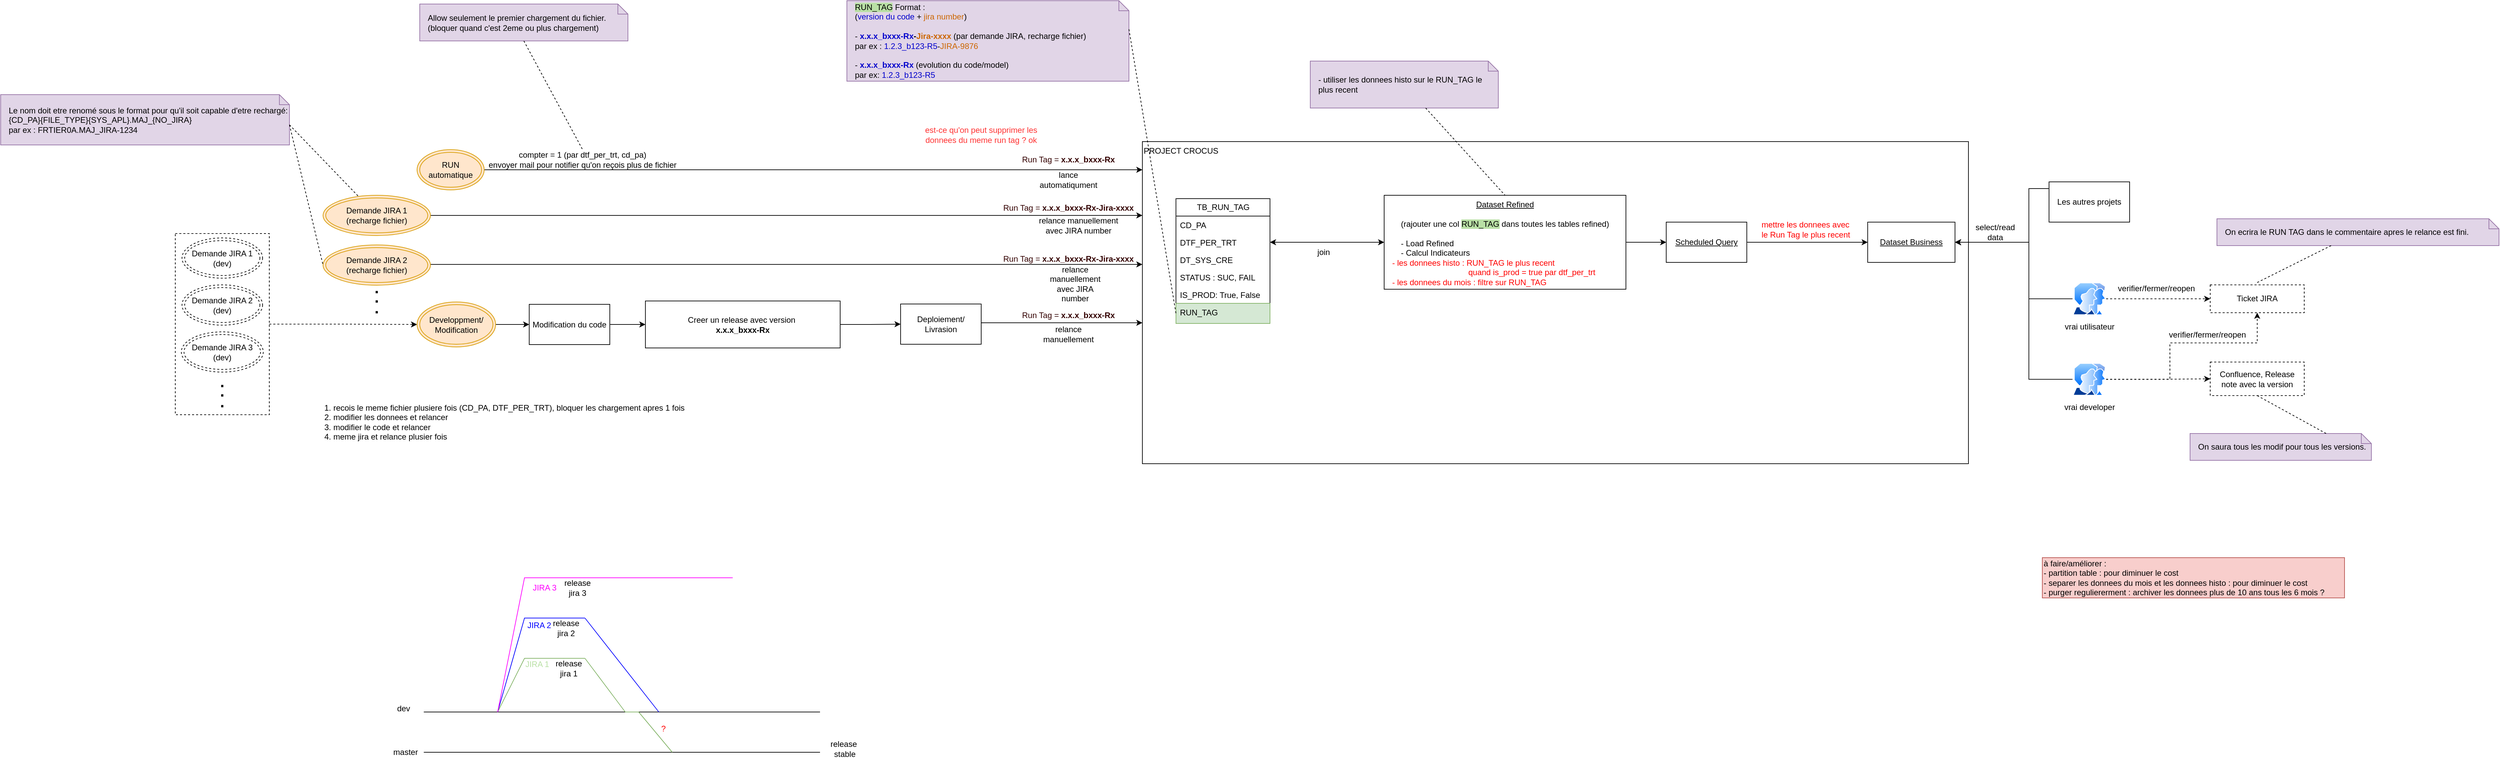
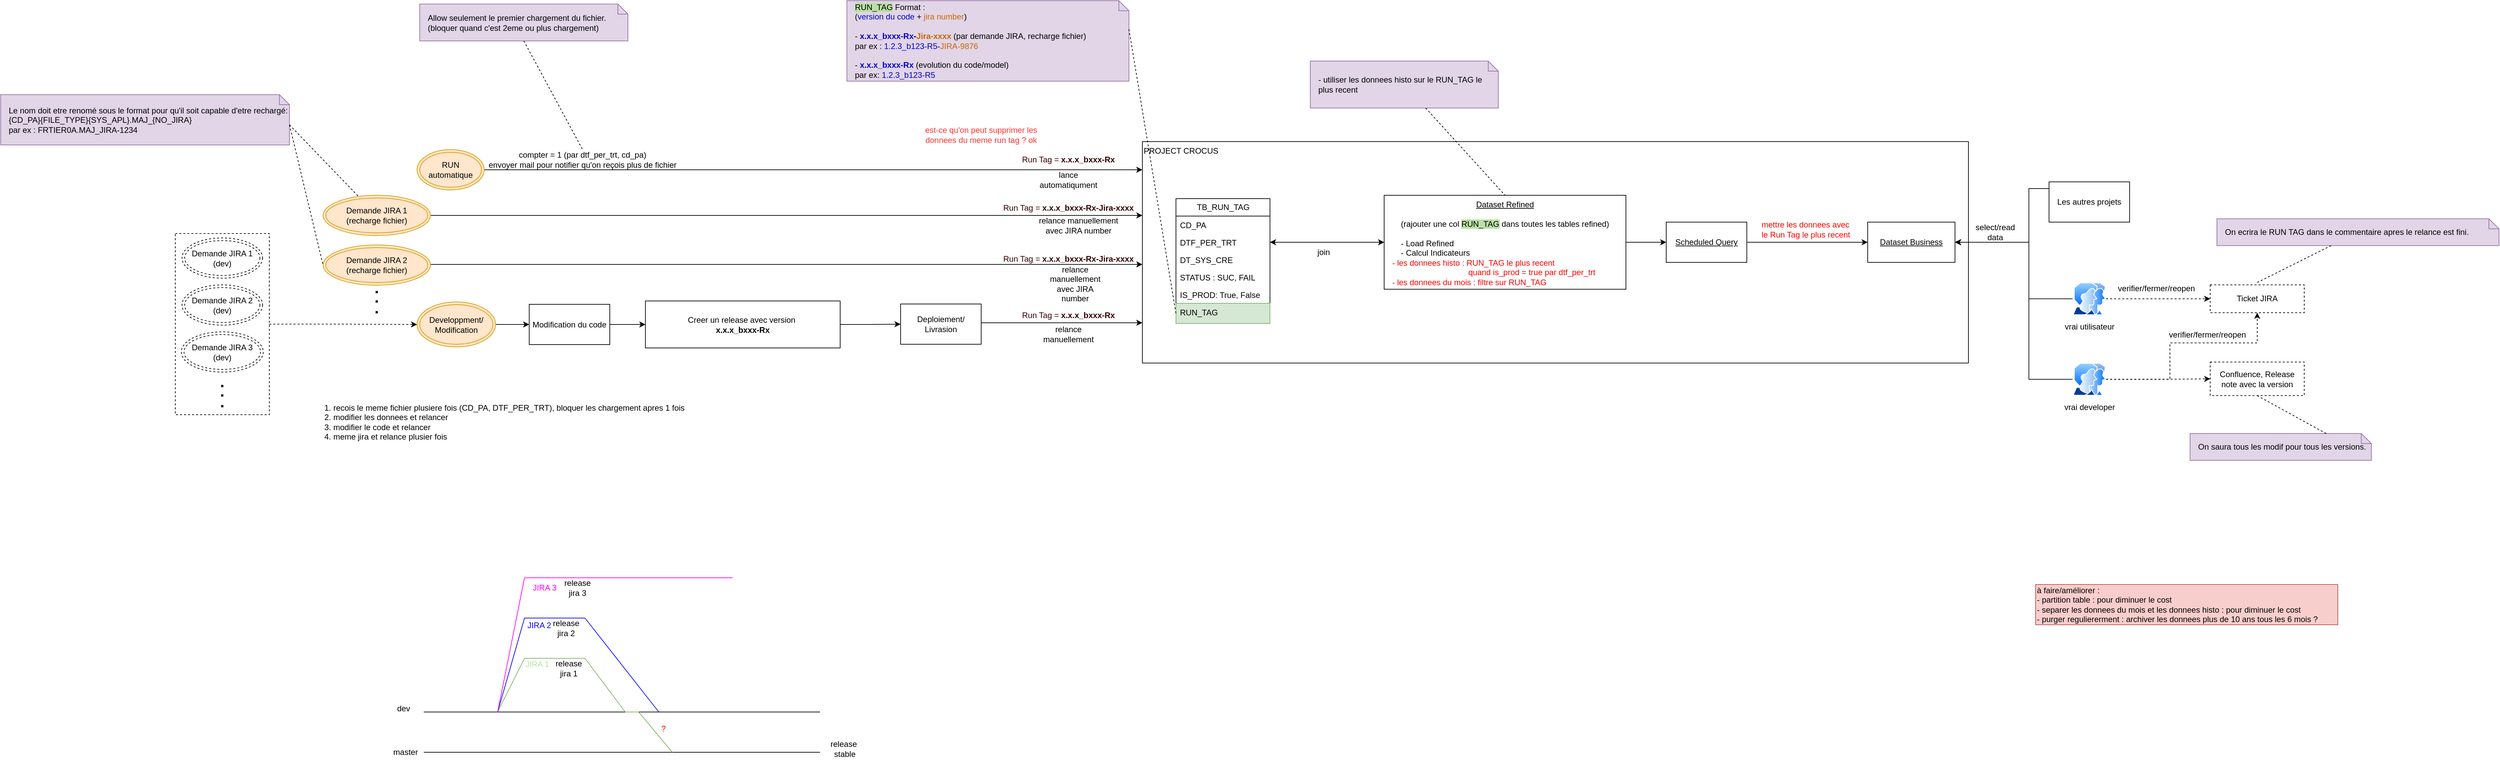
<mxfile host="app.diagrams.net">
  <diagram name="Page-1" id="bEAYSmEDHXBXhFzCy1HB">
    <mxGraphModel dx="3279" dy="1847" grid="1" gridSize="10" guides="1" tooltips="1" connect="1" arrows="1" fold="1" page="1" pageScale="1" pageWidth="827" pageHeight="1169" math="0" shadow="0">
      <root>
        <mxCell id="0" />
        <mxCell id="1" parent="0" />
        <mxCell id="cKu8MT6L8Fp_BZaxLZj7-22" edge="1" parent="1" source="cKu8MT6L8Fp_BZaxLZj7-16" style="edgeStyle=orthogonalEdgeStyle;rounded=0;orthogonalLoop=1;jettySize=auto;html=1;dashed=1;" target="QUzsFoNl6aFI_2ed8XXq-33">
          <mxGeometry relative="1" as="geometry">
            <Array as="points" />
            <mxPoint x="-937.4999999999995" y="382" as="sourcePoint" />
            <mxPoint x="-602.4999999999995" y="365" as="targetPoint" />
          </mxGeometry>
        </mxCell>
        <mxCell id="cKu8MT6L8Fp_BZaxLZj7-16" parent="1" style="rounded=0;whiteSpace=wrap;html=1;dashed=1;" value="" vertex="1">
          <mxGeometry height="270" width="140" x="-1070" y="247" as="geometry" />
        </mxCell>
        <mxCell id="QUzsFoNl6aFI_2ed8XXq-13" parent="1" style="rounded=0;whiteSpace=wrap;html=1;align=left;verticalAlign=top;" value="PROJECT CROCUS" vertex="1">
-           <mxGeometry height="480" width="1230" x="370" y="110" as="geometry" />
+           <mxGeometry height="330" width="1230" x="370" y="110" as="geometry" />
        </mxCell>
        <mxCell id="QUzsFoNl6aFI_2ed8XXq-1" parent="1" style="swimlane;fontStyle=0;childLayout=stackLayout;horizontal=1;startSize=26;fillColor=none;horizontalStack=0;resizeParent=1;resizeParentMax=0;resizeLast=0;collapsible=1;marginBottom=0;html=1;" value="TB_RUN_TAG" vertex="1">
          <mxGeometry height="186" width="140" x="420" y="195" as="geometry" />
        </mxCell>
        <mxCell id="QUzsFoNl6aFI_2ed8XXq-2" parent="QUzsFoNl6aFI_2ed8XXq-1" style="text;strokeColor=none;fillColor=none;align=left;verticalAlign=top;spacingLeft=4;spacingRight=4;overflow=hidden;rotatable=0;points=[[0,0.5],[1,0.5]];portConstraint=eastwest;whiteSpace=wrap;html=1;" value="CD_PA" vertex="1">
          <mxGeometry height="26" width="140" y="26" as="geometry" />
        </mxCell>
        <mxCell id="QUzsFoNl6aFI_2ed8XXq-3" parent="QUzsFoNl6aFI_2ed8XXq-1" style="text;strokeColor=none;fillColor=none;align=left;verticalAlign=top;spacingLeft=4;spacingRight=4;overflow=hidden;rotatable=0;points=[[0,0.5],[1,0.5]];portConstraint=eastwest;whiteSpace=wrap;html=1;" value="DTF_PER_TRT" vertex="1">
          <mxGeometry height="26" width="140" y="52" as="geometry" />
        </mxCell>
        <mxCell id="QUzsFoNl6aFI_2ed8XXq-4" parent="QUzsFoNl6aFI_2ed8XXq-1" style="text;strokeColor=none;fillColor=none;align=left;verticalAlign=top;spacingLeft=4;spacingRight=4;overflow=hidden;rotatable=0;points=[[0,0.5],[1,0.5]];portConstraint=eastwest;whiteSpace=wrap;html=1;" value="DT_SYS_CRE" vertex="1">
          <mxGeometry height="26" width="140" y="78" as="geometry" />
        </mxCell>
        <mxCell id="QUzsFoNl6aFI_2ed8XXq-105" parent="QUzsFoNl6aFI_2ed8XXq-1" style="text;strokeColor=none;fillColor=none;align=left;verticalAlign=top;spacingLeft=4;spacingRight=4;overflow=hidden;rotatable=0;points=[[0,0.5],[1,0.5]];portConstraint=eastwest;whiteSpace=wrap;html=1;" value="STATUS : SUC, FAIL" vertex="1">
          <mxGeometry height="26" width="140" y="104" as="geometry" />
        </mxCell>
        <mxCell id="DOhsEIRQmGDwiVjTRz9E-7" parent="QUzsFoNl6aFI_2ed8XXq-1" style="text;strokeColor=none;fillColor=none;align=left;verticalAlign=top;spacingLeft=4;spacingRight=4;overflow=hidden;rotatable=0;points=[[0,0.5],[1,0.5]];portConstraint=eastwest;whiteSpace=wrap;html=1;" value="IS_PROD: True, False" vertex="1">
          <mxGeometry height="26" width="140" y="130" as="geometry" />
        </mxCell>
        <mxCell id="QUzsFoNl6aFI_2ed8XXq-5" parent="QUzsFoNl6aFI_2ed8XXq-1" style="text;strokeColor=#82b366;fillColor=#d5e8d4;align=left;verticalAlign=top;spacingLeft=4;spacingRight=4;overflow=hidden;rotatable=0;points=[[0,0.5],[1,0.5]];portConstraint=eastwest;whiteSpace=wrap;html=1;" value="RUN_TAG" vertex="1">
          <mxGeometry height="30" width="140" y="156" as="geometry" />
        </mxCell>
        <mxCell id="QUzsFoNl6aFI_2ed8XXq-7" parent="1" style="shape=note;size=15;align=left;spacingLeft=10;html=1;whiteSpace=wrap;fillColor=#e1d5e7;strokeColor=#9673a6;" value="&lt;span style=&quot;background-color: rgb(185, 224, 165);&quot;&gt;RUN_TAG&lt;/span&gt; Format :&amp;nbsp;&lt;div&gt;(&lt;font style=&quot;color: rgb(0, 0, 204);&quot;&gt;version du code&lt;/font&gt; +&lt;font style=&quot;color: rgb(204, 102, 0);&quot;&gt; &lt;font&gt;jira number&lt;/font&gt;&lt;/font&gt;)&lt;/div&gt;&lt;div&gt;&lt;br&gt;&lt;div&gt;- &lt;b&gt;&lt;font style=&quot;color: rgb(0, 0, 204);&quot;&gt;x.x.x_bxxx-Rx&lt;/font&gt;-&lt;font style=&quot;color: rgb(204, 102, 0);&quot;&gt;Jira-xxxx&lt;/font&gt;&lt;/b&gt; (par demande JIRA, recharge fichier)&amp;nbsp;&lt;/div&gt;&lt;div&gt;par ex : &lt;font style=&quot;color: rgb(0, 0, 204);&quot;&gt;1.2.3_b123-R5&lt;/font&gt;-&lt;font style=&quot;color: rgb(204, 102, 0);&quot;&gt;JIRA-9876&lt;/font&gt;&lt;/div&gt;&lt;div&gt;&lt;br&gt;&lt;/div&gt;&lt;div&gt;-&lt;b&gt; &lt;font style=&quot;color: rgb(0, 0, 204);&quot;&gt;x.x.x_bxxx-Rx&lt;/font&gt;&lt;/b&gt; (evolution du code/model)&lt;/div&gt;&lt;div&gt;&lt;span style=&quot;background-color: transparent; color: light-dark(rgb(0, 0, 0), rgb(255, 255, 255));&quot;&gt;par ex: &lt;/span&gt;&lt;span style=&quot;background-color: transparent;&quot;&gt;&lt;font style=&quot;color: light-dark(rgb(0, 0, 204), rgb(255, 255, 255));&quot;&gt;1.2.3_b123-R5&lt;/font&gt;&lt;/span&gt;&lt;/div&gt;&lt;/div&gt;" vertex="1">
          <mxGeometry height="120" width="420" x="-70" y="-100" as="geometry" />
        </mxCell>
        <mxCell id="QUzsFoNl6aFI_2ed8XXq-8" edge="1" parent="1" source="QUzsFoNl6aFI_2ed8XXq-7" style="edgeStyle=none;endArrow=none;exitX=0;exitY=0;dashed=1;html=1;rounded=0;entryX=0;entryY=0.5;entryDx=0;entryDy=0;exitDx=420;exitDy=42.5;exitPerimeter=0;" target="QUzsFoNl6aFI_2ed8XXq-5" value="">
          <mxGeometry relative="1" x="1" as="geometry">
            <mxPoint x="590" y="660" as="targetPoint" />
          </mxGeometry>
        </mxCell>
        <mxCell id="QUzsFoNl6aFI_2ed8XXq-10" parent="1" style="rounded=0;whiteSpace=wrap;html=1;dashed=1;" value="Confluence, Release note avec la v&lt;span style=&quot;background-color: transparent; color: light-dark(rgb(0, 0, 0), rgb(255, 255, 255));&quot;&gt;ersion&lt;/span&gt;" vertex="1">
          <mxGeometry height="50" width="140" x="1960" y="438.5" as="geometry" />
        </mxCell>
        <mxCell id="QUzsFoNl6aFI_2ed8XXq-11" parent="1" style="rounded=0;whiteSpace=wrap;html=1;dashed=1;" value="Ticket JIRA" vertex="1">
          <mxGeometry height="41.5" width="140" x="1960" y="323.5" as="geometry" />
        </mxCell>
        <mxCell id="QUzsFoNl6aFI_2ed8XXq-42" edge="1" parent="1" source="QUzsFoNl6aFI_2ed8XXq-12" style="edgeStyle=orthogonalEdgeStyle;rounded=0;orthogonalLoop=1;jettySize=auto;html=1;entryX=1;entryY=0.5;entryDx=0;entryDy=0;startArrow=classic;startFill=1;" target="QUzsFoNl6aFI_2ed8XXq-3">
          <mxGeometry relative="1" as="geometry" />
        </mxCell>
        <mxCell id="QUzsFoNl6aFI_2ed8XXq-50" edge="1" parent="1" source="QUzsFoNl6aFI_2ed8XXq-12" style="edgeStyle=orthogonalEdgeStyle;rounded=0;orthogonalLoop=1;jettySize=auto;html=1;" target="QUzsFoNl6aFI_2ed8XXq-46">
          <mxGeometry relative="1" as="geometry">
            <Array as="points" />
          </mxGeometry>
        </mxCell>
        <mxCell id="QUzsFoNl6aFI_2ed8XXq-12" parent="1" style="rounded=0;whiteSpace=wrap;html=1;verticalAlign=top;" value="&lt;u&gt;Dataset Refined&lt;/u&gt;&lt;div&gt;&lt;u&gt;&lt;br&gt;&lt;/u&gt;&lt;div&gt;(rajouter une col &lt;span style=&quot;background-color: rgb(185, 224, 165);&quot;&gt;RUN_TAG&lt;/span&gt;&lt;span&gt; &lt;/span&gt;dans toutes les tables refined)&lt;/div&gt;&lt;div&gt;&lt;br&gt;&lt;/div&gt;&lt;div style=&quot;text-align: left;&quot;&gt;- Load Refined&amp;nbsp; &amp;nbsp; &amp;nbsp; &amp;nbsp;&lt;/div&gt;&lt;div style=&quot;text-align: left;&quot;&gt;- Calcul Indicateurs&lt;/div&gt;&lt;/div&gt;" vertex="1">
          <mxGeometry height="140" width="360" x="730" y="190" as="geometry" />
        </mxCell>
        <mxCell id="QUzsFoNl6aFI_2ed8XXq-27" edge="1" parent="1" source="QUzsFoNl6aFI_2ed8XXq-33" style="edgeStyle=orthogonalEdgeStyle;rounded=0;orthogonalLoop=1;jettySize=auto;html=1;entryX=0;entryY=0.5;entryDx=0;entryDy=0;" target="QUzsFoNl6aFI_2ed8XXq-23">
          <mxGeometry relative="1" as="geometry">
            <mxPoint x="-740" y="198" as="sourcePoint" />
          </mxGeometry>
        </mxCell>
        <mxCell id="QUzsFoNl6aFI_2ed8XXq-19" parent="1" style="text;html=1;whiteSpace=wrap;strokeColor=none;fillColor=none;align=center;verticalAlign=middle;rounded=0;fontColor=#330000;" value="&lt;font style=&quot;&quot;&gt;Run Tag =&amp;nbsp;&lt;/font&gt;&lt;b style=&quot;text-align: left;&quot;&gt;x.x.x_bxxx-Rx-Jira-xxxx&lt;/b&gt;" vertex="1">
          <mxGeometry height="30" width="200" x="160" y="269.5" as="geometry" />
        </mxCell>
        <mxCell id="cKu8MT6L8Fp_BZaxLZj7-37" edge="1" parent="1" source="QUzsFoNl6aFI_2ed8XXq-23" style="edgeStyle=orthogonalEdgeStyle;rounded=0;orthogonalLoop=1;jettySize=auto;html=1;" target="QUzsFoNl6aFI_2ed8XXq-25">
          <mxGeometry relative="1" as="geometry" />
        </mxCell>
        <mxCell id="QUzsFoNl6aFI_2ed8XXq-23" parent="1" style="rounded=0;whiteSpace=wrap;html=1;" value="Modification du code" vertex="1">
          <mxGeometry height="60" width="120" x="-543" y="352.5" as="geometry" />
        </mxCell>
        <mxCell id="QUzsFoNl6aFI_2ed8XXq-31" edge="1" parent="1" source="QUzsFoNl6aFI_2ed8XXq-24" style="edgeStyle=orthogonalEdgeStyle;rounded=0;orthogonalLoop=1;jettySize=auto;html=1;" target="QUzsFoNl6aFI_2ed8XXq-13">
          <mxGeometry relative="1" as="geometry">
            <Array as="points">
              <mxPoint x="180" y="380" />
              <mxPoint x="180" y="380" />
            </Array>
            <mxPoint x="380" y="373" as="targetPoint" />
          </mxGeometry>
        </mxCell>
        <mxCell id="QUzsFoNl6aFI_2ed8XXq-24" parent="1" style="rounded=0;whiteSpace=wrap;html=1;" value="Deploiement/ Livrasion" vertex="1">
          <mxGeometry height="60" width="120" x="10" y="352" as="geometry" />
        </mxCell>
        <mxCell id="cKu8MT6L8Fp_BZaxLZj7-38" edge="1" parent="1" source="QUzsFoNl6aFI_2ed8XXq-25" style="edgeStyle=orthogonalEdgeStyle;rounded=0;orthogonalLoop=1;jettySize=auto;html=1;" target="QUzsFoNl6aFI_2ed8XXq-24">
          <mxGeometry relative="1" as="geometry" />
        </mxCell>
        <mxCell id="QUzsFoNl6aFI_2ed8XXq-25" parent="1" style="rounded=0;whiteSpace=wrap;html=1;" value="Creer un release avec version&amp;nbsp;&lt;div&gt;&lt;span style=&quot;text-align: left;&quot;&gt;&lt;b&gt;x.x.x_bxxx-Rx&lt;/b&gt;&lt;/span&gt;&lt;/div&gt;" vertex="1">
          <mxGeometry height="70" width="290" x="-370" y="347.5" as="geometry" />
        </mxCell>
        <mxCell id="QUzsFoNl6aFI_2ed8XXq-33" parent="1" style="ellipse;shape=doubleEllipse;whiteSpace=wrap;html=1;fillColor=#ffe6cc;strokeColor=#d79b00;" value="Developpment/&lt;div&gt;Modification&lt;/div&gt;" vertex="1">
          <mxGeometry height="67" width="117" x="-710" y="349" as="geometry" />
        </mxCell>
        <mxCell id="cKu8MT6L8Fp_BZaxLZj7-5" edge="1" parent="1" style="edgeStyle=orthogonalEdgeStyle;rounded=0;orthogonalLoop=1;jettySize=auto;html=1;">
          <mxGeometry relative="1" as="geometry">
            <Array as="points">
              <mxPoint x="110" y="293" />
              <mxPoint x="110" y="293" />
            </Array>
            <mxPoint x="-690.0000000000005" y="293" as="sourcePoint" />
            <mxPoint x="370" y="293" as="targetPoint" />
          </mxGeometry>
        </mxCell>
        <mxCell id="QUzsFoNl6aFI_2ed8XXq-34" parent="1" style="ellipse;shape=doubleEllipse;whiteSpace=wrap;html=1;fillColor=#ffe6cc;strokeColor=#d79b00;" value="Demande JIRA 2&lt;div&gt;(recharge fichier)&lt;/div&gt;" vertex="1">
          <mxGeometry height="60" width="160" x="-850" y="264" as="geometry" />
        </mxCell>
        <mxCell id="QUzsFoNl6aFI_2ed8XXq-36" edge="1" parent="1" source="QUzsFoNl6aFI_2ed8XXq-35" style="edgeStyle=orthogonalEdgeStyle;rounded=0;orthogonalLoop=1;jettySize=auto;html=1;" target="QUzsFoNl6aFI_2ed8XXq-13">
          <mxGeometry relative="1" as="geometry">
            <Array as="points">
              <mxPoint x="140" y="152" />
              <mxPoint x="140" y="152" />
            </Array>
            <mxPoint x="380" y="152.0588235294117" as="targetPoint" />
          </mxGeometry>
        </mxCell>
        <mxCell id="QUzsFoNl6aFI_2ed8XXq-35" parent="1" style="ellipse;shape=doubleEllipse;whiteSpace=wrap;html=1;fillColor=#ffe6cc;strokeColor=#d79b00;" value="RUN automatique" vertex="1">
          <mxGeometry height="60" width="100" x="-710" y="122" as="geometry" />
        </mxCell>
        <mxCell id="QUzsFoNl6aFI_2ed8XXq-40" parent="1" style="shape=note;size=15;align=left;spacingLeft=10;html=1;whiteSpace=wrap;fillColor=#e1d5e7;strokeColor=#9673a6;" value="&lt;div&gt;- utiliser les donnees histo sur le RUN_TAG le plus recent&lt;/div&gt;" vertex="1">
          <mxGeometry height="70" width="280" x="620" y="-10" as="geometry" />
        </mxCell>
        <mxCell id="QUzsFoNl6aFI_2ed8XXq-41" edge="1" parent="1" source="QUzsFoNl6aFI_2ed8XXq-40" style="edgeStyle=none;endArrow=none;dashed=1;html=1;rounded=0;entryX=0.5;entryY=0;entryDx=0;entryDy=0;" target="QUzsFoNl6aFI_2ed8XXq-12" value="">
          <mxGeometry relative="1" x="1" as="geometry">
            <mxPoint x="720" y="650" as="sourcePoint" />
            <mxPoint x="772" y="500" as="targetPoint" />
          </mxGeometry>
        </mxCell>
        <mxCell id="QUzsFoNl6aFI_2ed8XXq-43" parent="1" style="text;html=1;whiteSpace=wrap;strokeColor=none;fillColor=none;align=left;verticalAlign=middle;rounded=0;" value="&lt;font style=&quot;color: rgb(255, 0, 0);&quot;&gt;- les donnees histo : RUN_TAG le plus recent&amp;nbsp;&lt;/font&gt;&lt;div&gt;&lt;font style=&quot;color: rgb(255, 0, 0);&quot;&gt;&amp;nbsp; &amp;nbsp; &amp;nbsp; &amp;nbsp; &amp;nbsp; &amp;nbsp; &amp;nbsp; &amp;nbsp; &amp;nbsp; &amp;nbsp; &amp;nbsp; &amp;nbsp; &amp;nbsp; &amp;nbsp; &amp;nbsp; &amp;nbsp; &amp;nbsp; quand is_prod = true par dtf_per_trt&lt;/font&gt;&lt;div&gt;&lt;font style=&quot;color: rgb(255, 0, 0);&quot;&gt;- les donnees du mois : f&lt;/font&gt;&lt;span style=&quot;color: light-dark(rgb(255, 0, 0), rgb(255, 144, 144)); background-color: transparent;&quot;&gt;iltre sur RUN_TAG&lt;/span&gt;&lt;/div&gt;&lt;/div&gt;" vertex="1">
          <mxGeometry height="30" width="370" x="740" y="290" as="geometry" />
        </mxCell>
        <mxCell id="QUzsFoNl6aFI_2ed8XXq-45" parent="1" style="rounded=0;whiteSpace=wrap;html=1;" value="&lt;u&gt;Dataset Business&lt;/u&gt;" vertex="1">
          <mxGeometry height="60" width="130" x="1450" y="230" as="geometry" />
        </mxCell>
        <mxCell id="QUzsFoNl6aFI_2ed8XXq-48" edge="1" parent="1" source="QUzsFoNl6aFI_2ed8XXq-46" style="edgeStyle=orthogonalEdgeStyle;rounded=0;orthogonalLoop=1;jettySize=auto;html=1;" target="QUzsFoNl6aFI_2ed8XXq-45">
          <mxGeometry relative="1" as="geometry" />
        </mxCell>
        <mxCell id="QUzsFoNl6aFI_2ed8XXq-46" parent="1" style="rounded=0;whiteSpace=wrap;html=1;" value="&lt;u&gt;Scheduled Query&lt;/u&gt;" vertex="1">
          <mxGeometry height="60" width="120" x="1150" y="230" as="geometry" />
        </mxCell>
        <mxCell id="QUzsFoNl6aFI_2ed8XXq-51" parent="1" style="text;html=1;whiteSpace=wrap;strokeColor=none;fillColor=none;align=left;verticalAlign=middle;rounded=0;fontColor=#FF0000;" value="mettre les donnees avec le Run Tag le plus recent" vertex="1">
          <mxGeometry height="30" width="140" x="1290" y="226" as="geometry" />
        </mxCell>
        <mxCell id="QUzsFoNl6aFI_2ed8XXq-59" edge="1" parent="1" source="QUzsFoNl6aFI_2ed8XXq-52" style="edgeStyle=orthogonalEdgeStyle;rounded=0;orthogonalLoop=1;jettySize=auto;html=1;entryX=1;entryY=0.5;entryDx=0;entryDy=0;" target="QUzsFoNl6aFI_2ed8XXq-45">
          <mxGeometry relative="1" as="geometry">
            <Array as="points">
              <mxPoint x="1690" y="180" />
              <mxPoint x="1690" y="260" />
            </Array>
          </mxGeometry>
        </mxCell>
        <mxCell id="QUzsFoNl6aFI_2ed8XXq-52" parent="1" style="rounded=0;whiteSpace=wrap;html=1;" value="Les autres projets" vertex="1">
          <mxGeometry height="60" width="120" x="1720" y="170" as="geometry" />
        </mxCell>
        <mxCell id="QUzsFoNl6aFI_2ed8XXq-58" edge="1" parent="1" source="QUzsFoNl6aFI_2ed8XXq-57" style="edgeStyle=orthogonalEdgeStyle;rounded=0;orthogonalLoop=1;jettySize=auto;html=1;entryX=1;entryY=0.5;entryDx=0;entryDy=0;" target="QUzsFoNl6aFI_2ed8XXq-45">
          <mxGeometry relative="1" as="geometry">
            <Array as="points">
              <mxPoint x="1690" y="344" />
              <mxPoint x="1690" y="260" />
            </Array>
          </mxGeometry>
        </mxCell>
        <mxCell id="QUzsFoNl6aFI_2ed8XXq-65" edge="1" parent="1" source="QUzsFoNl6aFI_2ed8XXq-57" style="edgeStyle=orthogonalEdgeStyle;rounded=0;orthogonalLoop=1;jettySize=auto;html=1;dashed=1;" target="QUzsFoNl6aFI_2ed8XXq-11">
          <mxGeometry relative="1" as="geometry" />
        </mxCell>
        <mxCell id="QUzsFoNl6aFI_2ed8XXq-57" parent="1" style="image;aspect=fixed;perimeter=ellipsePerimeter;html=1;align=center;shadow=0;dashed=0;spacingTop=3;image=img/lib/active_directory/user_accounts.svg;" value="vrai utilisateur" vertex="1">
          <mxGeometry height="48.5" width="50" x="1755" y="320" as="geometry" />
        </mxCell>
        <mxCell id="QUzsFoNl6aFI_2ed8XXq-60" parent="1" style="text;html=1;whiteSpace=wrap;strokeColor=none;fillColor=none;align=center;verticalAlign=middle;rounded=0;" value="select/read data" vertex="1">
          <mxGeometry height="30" width="60" x="1610" y="230" as="geometry" />
        </mxCell>
        <mxCell id="QUzsFoNl6aFI_2ed8XXq-63" edge="1" parent="1" source="QUzsFoNl6aFI_2ed8XXq-62" style="edgeStyle=orthogonalEdgeStyle;rounded=0;orthogonalLoop=1;jettySize=auto;html=1;entryX=1;entryY=0.5;entryDx=0;entryDy=0;" target="QUzsFoNl6aFI_2ed8XXq-45">
          <mxGeometry relative="1" as="geometry">
            <Array as="points">
              <mxPoint x="1690" y="464" />
              <mxPoint x="1690" y="260" />
            </Array>
          </mxGeometry>
        </mxCell>
        <mxCell id="QUzsFoNl6aFI_2ed8XXq-66" edge="1" parent="1" source="QUzsFoNl6aFI_2ed8XXq-62" style="edgeStyle=orthogonalEdgeStyle;rounded=0;orthogonalLoop=1;jettySize=auto;html=1;dashed=1;" target="QUzsFoNl6aFI_2ed8XXq-10">
          <mxGeometry relative="1" as="geometry" />
        </mxCell>
        <mxCell id="QUzsFoNl6aFI_2ed8XXq-68" edge="1" parent="1" source="QUzsFoNl6aFI_2ed8XXq-62" style="edgeStyle=orthogonalEdgeStyle;rounded=0;orthogonalLoop=1;jettySize=auto;html=1;entryX=0.5;entryY=1;entryDx=0;entryDy=0;dashed=1;" target="QUzsFoNl6aFI_2ed8XXq-11">
          <mxGeometry relative="1" as="geometry">
            <Array as="points">
              <mxPoint x="1900" y="464" />
              <mxPoint x="1900" y="410" />
              <mxPoint x="2030" y="410" />
            </Array>
          </mxGeometry>
        </mxCell>
        <mxCell id="QUzsFoNl6aFI_2ed8XXq-62" parent="1" style="image;aspect=fixed;perimeter=ellipsePerimeter;html=1;align=center;shadow=0;dashed=0;spacingTop=3;image=img/lib/active_directory/user_accounts.svg;" value="vrai developer" vertex="1">
          <mxGeometry height="48.5" width="50" x="1755" y="440" as="geometry" />
        </mxCell>
        <mxCell id="QUzsFoNl6aFI_2ed8XXq-69" parent="1" style="shape=note;size=15;align=left;spacingLeft=10;html=1;whiteSpace=wrap;fillColor=#e1d5e7;strokeColor=#9673a6;" value="On ecrira le RUN TAG dans le commentaire apres le relance est fini." vertex="1">
          <mxGeometry height="40" width="420" x="1970" y="225" as="geometry" />
        </mxCell>
        <mxCell id="QUzsFoNl6aFI_2ed8XXq-70" edge="1" parent="1" source="QUzsFoNl6aFI_2ed8XXq-69" style="edgeStyle=none;endArrow=none;dashed=1;html=1;rounded=0;" value="">
          <mxGeometry relative="1" x="1" as="geometry">
            <mxPoint x="970" y="210" as="sourcePoint" />
            <mxPoint x="2030" y="320" as="targetPoint" />
          </mxGeometry>
        </mxCell>
        <mxCell id="QUzsFoNl6aFI_2ed8XXq-71" parent="1" style="shape=note;size=15;align=left;spacingLeft=10;html=1;whiteSpace=wrap;fillColor=#e1d5e7;strokeColor=#9673a6;" value="On saura tous les modif pour tous les versions." vertex="1">
          <mxGeometry height="40" width="270" x="1930" y="545" as="geometry" />
        </mxCell>
        <mxCell id="QUzsFoNl6aFI_2ed8XXq-72" edge="1" parent="1" source="QUzsFoNl6aFI_2ed8XXq-71" style="edgeStyle=none;endArrow=none;dashed=1;html=1;rounded=0;entryX=0.5;entryY=1;entryDx=0;entryDy=0;exitX=0;exitY=0;exitDx=202.5;exitDy=0;exitPerimeter=0;" target="QUzsFoNl6aFI_2ed8XXq-10" value="">
          <mxGeometry relative="1" x="1" as="geometry">
            <mxPoint x="2180" y="470" as="sourcePoint" />
            <mxPoint x="2070" y="525" as="targetPoint" />
          </mxGeometry>
        </mxCell>
        <mxCell id="QUzsFoNl6aFI_2ed8XXq-74" parent="1" style="rounded=0;whiteSpace=wrap;html=1;align=left;fillColor=#f8cecc;strokeColor=#b85450;" value="à faire/améliorer :&lt;div&gt;- partition table : pour diminuer le cost&lt;/div&gt;&lt;div&gt;- separer les donnees du mois et les donnees histo&amp;nbsp;&lt;span style=&quot;background-color: transparent; color: light-dark(rgb(0, 0, 0), rgb(255, 255, 255));&quot;&gt;: pour diminuer le cost&lt;/span&gt;&lt;/div&gt;&lt;div&gt;&lt;span style=&quot;background-color: transparent; color: light-dark(rgb(0, 0, 0), rgb(255, 255, 255));&quot;&gt;- purger reguliererment : archiver les donnees plus de 10 ans tous les 6 mois ?&lt;/span&gt;&lt;/div&gt;" vertex="1">
-           <mxGeometry height="60" width="450" x="1710" y="730" as="geometry" />
+           <mxGeometry height="60" width="450" x="1700" y="770" as="geometry" />
        </mxCell>
        <mxCell id="QUzsFoNl6aFI_2ed8XXq-76" parent="1" style="text;html=1;whiteSpace=wrap;strokeColor=none;fillColor=none;align=center;verticalAlign=middle;rounded=0;" value="join" vertex="1">
          <mxGeometry height="30" width="60" x="610" y="260" as="geometry" />
        </mxCell>
        <mxCell id="QUzsFoNl6aFI_2ed8XXq-81" edge="1" parent="1" style="endArrow=none;html=1;rounded=0;" value="">
          <mxGeometry height="50" relative="1" width="50" as="geometry">
            <mxPoint x="-700" y="960" as="sourcePoint" />
            <mxPoint x="-110" y="960" as="targetPoint" />
          </mxGeometry>
        </mxCell>
        <mxCell id="QUzsFoNl6aFI_2ed8XXq-83" edge="1" parent="1" style="endArrow=none;html=1;rounded=0;fillColor=#d5e8d4;strokeColor=#82b366;" value="">
          <mxGeometry height="50" relative="1" width="50" as="geometry">
            <Array as="points">
              <mxPoint x="-550" y="880" />
            </Array>
            <mxPoint x="-590" y="960" as="sourcePoint" />
            <mxPoint x="-460" y="880" as="targetPoint" />
          </mxGeometry>
        </mxCell>
        <mxCell id="QUzsFoNl6aFI_2ed8XXq-84" parent="1" style="text;html=1;whiteSpace=wrap;strokeColor=none;fillColor=none;align=center;verticalAlign=middle;rounded=0;" value="dev" vertex="1">
          <mxGeometry height="30" width="60" x="-760" y="940" as="geometry" />
        </mxCell>
        <mxCell id="QUzsFoNl6aFI_2ed8XXq-85" edge="1" parent="1" style="endArrow=none;html=1;rounded=0;strokeColor=#0000FF;" value="">
          <mxGeometry height="50" relative="1" width="50" as="geometry">
            <Array as="points">
              <mxPoint x="-550" y="820" />
            </Array>
            <mxPoint x="-590" y="960" as="sourcePoint" />
            <mxPoint x="-460" y="820" as="targetPoint" />
          </mxGeometry>
        </mxCell>
        <mxCell id="QUzsFoNl6aFI_2ed8XXq-86" edge="1" parent="1" style="endArrow=none;html=1;rounded=0;strokeColor=#FF00FF;" value="">
          <mxGeometry height="50" relative="1" width="50" as="geometry">
            <Array as="points">
              <mxPoint x="-550" y="760" />
            </Array>
            <mxPoint x="-590" y="960" as="sourcePoint" />
            <mxPoint x="-240" y="760" as="targetPoint" />
          </mxGeometry>
        </mxCell>
        <mxCell id="QUzsFoNl6aFI_2ed8XXq-87" parent="1" style="text;html=1;whiteSpace=wrap;strokeColor=none;fillColor=none;align=center;verticalAlign=middle;rounded=0;fontColor=#B9E0A5;" value="JIRA 1" vertex="1">
          <mxGeometry height="30" width="60" x="-561" y="874" as="geometry" />
        </mxCell>
        <mxCell id="QUzsFoNl6aFI_2ed8XXq-88" parent="1" style="text;html=1;whiteSpace=wrap;strokeColor=none;fillColor=none;align=center;verticalAlign=middle;rounded=0;fontColor=#0000FF;" value="JIRA 2" vertex="1">
          <mxGeometry height="30" width="60" x="-558" y="816" as="geometry" />
        </mxCell>
        <mxCell id="QUzsFoNl6aFI_2ed8XXq-89" parent="1" style="text;html=1;whiteSpace=wrap;strokeColor=none;fillColor=none;align=center;verticalAlign=middle;rounded=0;fontColor=#FF00FF;" value="JIRA 3" vertex="1">
          <mxGeometry height="30" width="60" x="-550" y="760" as="geometry" />
        </mxCell>
        <mxCell id="QUzsFoNl6aFI_2ed8XXq-90" edge="1" parent="1" style="endArrow=none;html=1;rounded=0;" value="">
          <mxGeometry height="50" relative="1" width="50" as="geometry">
            <mxPoint x="-700" y="1020" as="sourcePoint" />
            <mxPoint x="-110" y="1020" as="targetPoint" />
          </mxGeometry>
        </mxCell>
        <mxCell id="QUzsFoNl6aFI_2ed8XXq-91" parent="1" style="text;html=1;whiteSpace=wrap;strokeColor=none;fillColor=none;align=center;verticalAlign=middle;rounded=0;" value="master" vertex="1">
          <mxGeometry height="30" width="60" x="-757" y="1005" as="geometry" />
        </mxCell>
        <mxCell id="QUzsFoNl6aFI_2ed8XXq-92" edge="1" parent="1" style="endArrow=none;html=1;rounded=0;fillColor=#d5e8d4;strokeColor=#82b366;" value="">
          <mxGeometry height="50" relative="1" width="50" as="geometry">
            <mxPoint x="-460" y="880" as="sourcePoint" />
            <mxPoint x="-400" y="960" as="targetPoint" />
          </mxGeometry>
        </mxCell>
        <mxCell id="QUzsFoNl6aFI_2ed8XXq-94" edge="1" parent="1" style="endArrow=none;html=1;rounded=0;strokeColor=#0000FF;" value="">
          <mxGeometry height="50" relative="1" width="50" as="geometry">
            <mxPoint x="-460" y="820" as="sourcePoint" />
            <mxPoint x="-350" y="960" as="targetPoint" />
          </mxGeometry>
        </mxCell>
        <mxCell id="QUzsFoNl6aFI_2ed8XXq-95" edge="1" parent="1" style="endArrow=none;html=1;rounded=0;fillColor=#d5e8d4;strokeColor=#82b366;" value="">
          <mxGeometry height="50" relative="1" width="50" as="geometry">
            <mxPoint x="-380" y="960" as="sourcePoint" />
            <mxPoint x="-330" y="1020" as="targetPoint" />
          </mxGeometry>
        </mxCell>
        <mxCell id="QUzsFoNl6aFI_2ed8XXq-96" edge="1" parent="1" style="endArrow=none;html=1;rounded=0;fillColor=#d5e8d4;strokeColor=#82b366;" value="">
          <mxGeometry height="50" relative="1" width="50" as="geometry">
            <mxPoint x="-400" y="960" as="sourcePoint" />
            <mxPoint x="-380" y="960" as="targetPoint" />
          </mxGeometry>
        </mxCell>
        <mxCell id="QUzsFoNl6aFI_2ed8XXq-98" parent="1" style="text;html=1;whiteSpace=wrap;strokeColor=none;fillColor=none;align=center;verticalAlign=middle;rounded=0;" value="release jira 2" vertex="1">
          <mxGeometry height="30" width="60" x="-518" y="820" as="geometry" />
        </mxCell>
        <mxCell id="QUzsFoNl6aFI_2ed8XXq-99" parent="1" style="text;html=1;whiteSpace=wrap;strokeColor=none;fillColor=none;align=center;verticalAlign=middle;rounded=0;" value="release jira 1" vertex="1">
          <mxGeometry height="30" width="60" x="-514" y="880" as="geometry" />
        </mxCell>
        <mxCell id="QUzsFoNl6aFI_2ed8XXq-100" parent="1" style="text;html=1;whiteSpace=wrap;strokeColor=none;fillColor=none;align=center;verticalAlign=middle;rounded=0;" value="release jira 3" vertex="1">
          <mxGeometry height="30" width="60" x="-501" y="760" as="geometry" />
        </mxCell>
        <mxCell id="QUzsFoNl6aFI_2ed8XXq-101" parent="1" style="text;html=1;whiteSpace=wrap;strokeColor=none;fillColor=none;align=center;verticalAlign=middle;rounded=0;" value="release&amp;nbsp; stable" vertex="1">
          <mxGeometry height="30" width="60" x="-103" y="1000" as="geometry" />
        </mxCell>
        <mxCell id="QUzsFoNl6aFI_2ed8XXq-103" parent="1" style="text;html=1;whiteSpace=wrap;strokeColor=none;fillColor=none;align=center;verticalAlign=middle;rounded=0;fontColor=#FF0000;" value="?" vertex="1">
          <mxGeometry height="30" width="60" x="-373" y="970" as="geometry" />
        </mxCell>
        <mxCell id="QUzsFoNl6aFI_2ed8XXq-104" parent="1" style="text;html=1;whiteSpace=wrap;strokeColor=none;fillColor=none;align=center;verticalAlign=middle;rounded=0;" value="compter = 1 (par dtf_per_trt, cd_pa)&lt;div&gt;envoyer mail pour notifier qu&#39;on reçois plus de fichier&lt;/div&gt;" vertex="1">
          <mxGeometry height="30" width="293" x="-610" y="122" as="geometry" />
        </mxCell>
        <mxCell id="QUzsFoNl6aFI_2ed8XXq-106" parent="1" style="text;html=1;whiteSpace=wrap;strokeColor=none;fillColor=none;align=left;verticalAlign=middle;rounded=0;" value="1. recois le meme fichier plusiere fois (CD_PA, DTF_PER_TRT), bloquer les chargement apres 1 fois&lt;div&gt;2. modifier les donnees et relancer&lt;/div&gt;&lt;div&gt;3. modifier le code et relancer&lt;/div&gt;&lt;div&gt;4.&amp;nbsp;&lt;span style=&quot;text-align: center; background-color: transparent; color: light-dark(rgb(0, 0, 0), rgb(255, 255, 255));&quot;&gt;meme jira et relance plusier fois&lt;/span&gt;&lt;/div&gt;" vertex="1">
          <mxGeometry height="30" width="600" x="-850" y="513.25" as="geometry" />
        </mxCell>
        <mxCell id="cKu8MT6L8Fp_BZaxLZj7-1" parent="1" style="shape=note;size=15;align=left;spacingLeft=10;html=1;whiteSpace=wrap;fillColor=#e1d5e7;strokeColor=#9673a6;labelBackgroundColor=none;" value="&lt;span style=&quot;&quot;&gt;Allow seulement le premier chargement du fichier.&lt;br&gt;(bloquer quand c&#39;est 2eme ou plus chargement)&lt;/span&gt;" vertex="1">
          <mxGeometry height="55" width="310" x="-706" y="-95" as="geometry" />
        </mxCell>
        <mxCell id="cKu8MT6L8Fp_BZaxLZj7-2" edge="1" parent="1" source="cKu8MT6L8Fp_BZaxLZj7-1" style="edgeStyle=none;endArrow=none;exitX=0.5;exitY=1;dashed=1;html=1;rounded=0;entryX=0.5;entryY=0;entryDx=0;entryDy=0;exitDx=0;exitDy=0;exitPerimeter=0;" target="QUzsFoNl6aFI_2ed8XXq-104" value="">
          <mxGeometry relative="1" x="1" as="geometry">
            <mxPoint x="590" y="300" as="sourcePoint" />
            <mxPoint x="680" y="507" as="targetPoint" />
          </mxGeometry>
        </mxCell>
        <mxCell id="cKu8MT6L8Fp_BZaxLZj7-3" parent="1" style="ellipse;shape=doubleEllipse;whiteSpace=wrap;html=1;dashed=1;" value="Demande JIRA 1&lt;div&gt;(dev)&lt;/div&gt;" vertex="1">
          <mxGeometry height="60" width="120" x="-1060" y="253.5" as="geometry" />
        </mxCell>
        <mxCell id="cKu8MT6L8Fp_BZaxLZj7-7" parent="1" style="text;html=1;whiteSpace=wrap;strokeColor=none;fillColor=none;align=center;verticalAlign=middle;rounded=0;fontColor=#330000;" value="&lt;font style=&quot;&quot;&gt;Run Tag =&amp;nbsp;&lt;b style=&quot;text-align: left;&quot;&gt;x.x.x_bxxx-Rx&lt;/b&gt;&lt;/font&gt;" vertex="1">
          <mxGeometry height="30" width="200" x="160" y="122" as="geometry" />
        </mxCell>
        <mxCell id="cKu8MT6L8Fp_BZaxLZj7-11" parent="1" style="shape=note;size=15;align=left;spacingLeft=10;html=1;whiteSpace=wrap;fillColor=#e1d5e7;strokeColor=#9673a6;labelBackgroundColor=none;" value="&lt;span style=&quot;&quot;&gt;Le nom doit etre renomé sous le format pour qu&#39;il soit capable d&#39;etre rechargé:&lt;br&gt;{CD_PA}{FILE_TYPE}{SYS_APL}.MAJ_{NO_JIRA}&lt;/span&gt;&lt;div&gt;&lt;span style=&quot;&quot;&gt;par ex : FRTIER0A.MAJ_JIRA-1234&lt;/span&gt;&lt;/div&gt;" vertex="1">
          <mxGeometry height="75" width="430" x="-1330" y="40" as="geometry" />
        </mxCell>
        <mxCell id="cKu8MT6L8Fp_BZaxLZj7-14" parent="1" style="ellipse;shape=doubleEllipse;whiteSpace=wrap;html=1;dashed=1;" value="Demande JIRA 2&lt;div&gt;(dev)&lt;/div&gt;" vertex="1">
          <mxGeometry height="60" width="120" x="-1060" y="323.5" as="geometry" />
        </mxCell>
        <mxCell id="cKu8MT6L8Fp_BZaxLZj7-15" parent="1" style="ellipse;shape=doubleEllipse;whiteSpace=wrap;html=1;dashed=1;" value="Demande JIRA 3&lt;div&gt;(dev)&lt;/div&gt;" vertex="1">
          <mxGeometry height="60" width="122" x="-1061" y="393.5" as="geometry" />
        </mxCell>
        <mxCell id="cKu8MT6L8Fp_BZaxLZj7-19" parent="1" style="text;html=1;whiteSpace=wrap;strokeColor=none;fillColor=none;align=center;verticalAlign=middle;rounded=0;fontSize=23;fontStyle=1" value="." vertex="1">
          <mxGeometry height="30" width="60" x="-1030" y="453.25" as="geometry" />
        </mxCell>
        <mxCell id="cKu8MT6L8Fp_BZaxLZj7-20" parent="1" style="text;html=1;whiteSpace=wrap;strokeColor=none;fillColor=none;align=center;verticalAlign=middle;rounded=0;fontSize=23;fontStyle=1" value="." vertex="1">
          <mxGeometry height="30" width="60" x="-1030" y="467" as="geometry" />
        </mxCell>
        <mxCell id="cKu8MT6L8Fp_BZaxLZj7-21" parent="1" style="text;html=1;whiteSpace=wrap;strokeColor=none;fillColor=none;align=center;verticalAlign=middle;rounded=0;fontSize=23;fontStyle=1" value="." vertex="1">
          <mxGeometry height="30" width="60" x="-1030" y="483.25" as="geometry" />
        </mxCell>
        <mxCell id="cKu8MT6L8Fp_BZaxLZj7-24" edge="1" parent="1" source="cKu8MT6L8Fp_BZaxLZj7-23" style="edgeStyle=orthogonalEdgeStyle;rounded=0;orthogonalLoop=1;jettySize=auto;html=1;" target="QUzsFoNl6aFI_2ed8XXq-13">
          <mxGeometry relative="1" as="geometry">
            <Array as="points">
              <mxPoint x="120" y="220" />
              <mxPoint x="120" y="220" />
            </Array>
          </mxGeometry>
        </mxCell>
        <mxCell id="cKu8MT6L8Fp_BZaxLZj7-23" parent="1" style="ellipse;shape=doubleEllipse;whiteSpace=wrap;html=1;fillColor=#ffe6cc;strokeColor=#d79b00;" value="Demande JIRA 1&lt;div&gt;(recharge fichier)&lt;/div&gt;" vertex="1">
          <mxGeometry height="60" width="160" x="-850" y="190" as="geometry" />
        </mxCell>
        <mxCell id="cKu8MT6L8Fp_BZaxLZj7-25" edge="1" parent="1" source="cKu8MT6L8Fp_BZaxLZj7-11" style="edgeStyle=none;endArrow=none;exitX=0;exitY=0;dashed=1;html=1;rounded=0;exitDx=430;exitDy=45;exitPerimeter=0;" target="cKu8MT6L8Fp_BZaxLZj7-23" value="">
          <mxGeometry relative="1" x="1" as="geometry">
            <mxPoint x="-520" y="10" as="sourcePoint" />
            <mxPoint x="-490" y="150" as="targetPoint" />
          </mxGeometry>
        </mxCell>
        <mxCell id="cKu8MT6L8Fp_BZaxLZj7-26" edge="1" parent="1" source="cKu8MT6L8Fp_BZaxLZj7-11" style="edgeStyle=none;endArrow=none;exitX=0;exitY=0;dashed=1;html=1;rounded=0;exitDx=430;exitDy=45;exitPerimeter=0;entryX=0;entryY=0.5;entryDx=0;entryDy=0;" target="QUzsFoNl6aFI_2ed8XXq-34" value="">
          <mxGeometry relative="1" x="1" as="geometry">
            <mxPoint x="-900" y="200" as="sourcePoint" />
            <mxPoint x="-801" y="244" as="targetPoint" />
          </mxGeometry>
        </mxCell>
        <mxCell id="cKu8MT6L8Fp_BZaxLZj7-27" parent="1" style="text;html=1;whiteSpace=wrap;strokeColor=none;fillColor=none;align=center;verticalAlign=middle;rounded=0;fontSize=23;fontStyle=1" value="." vertex="1">
          <mxGeometry height="30" width="60" x="-800" y="313" as="geometry" />
        </mxCell>
        <mxCell id="cKu8MT6L8Fp_BZaxLZj7-28" parent="1" style="text;html=1;whiteSpace=wrap;strokeColor=none;fillColor=none;align=center;verticalAlign=middle;rounded=0;fontSize=23;fontStyle=1" value="." vertex="1">
          <mxGeometry height="30" width="60" x="-800" y="343" as="geometry" />
        </mxCell>
        <mxCell id="cKu8MT6L8Fp_BZaxLZj7-29" parent="1" style="text;html=1;whiteSpace=wrap;strokeColor=none;fillColor=none;align=center;verticalAlign=middle;rounded=0;fontSize=23;fontStyle=1" value="." vertex="1">
          <mxGeometry height="30" width="60" x="-800" y="326.5" as="geometry" />
        </mxCell>
        <mxCell id="cKu8MT6L8Fp_BZaxLZj7-31" parent="1" style="text;html=1;whiteSpace=wrap;strokeColor=none;fillColor=none;align=center;verticalAlign=middle;rounded=0;fontColor=#330000;" value="&lt;font style=&quot;&quot;&gt;Run Tag =&amp;nbsp;&lt;/font&gt;&lt;b style=&quot;text-align: left;&quot;&gt;x.x.x_bxxx-Rx-Jira-xxxx&lt;/b&gt;" vertex="1">
          <mxGeometry height="30" width="200" x="160" y="194" as="geometry" />
        </mxCell>
        <mxCell id="cKu8MT6L8Fp_BZaxLZj7-33" parent="1" style="text;html=1;whiteSpace=wrap;strokeColor=none;fillColor=none;align=center;verticalAlign=middle;rounded=0;fontColor=#330000;" value="&lt;font style=&quot;&quot;&gt;Run Tag =&amp;nbsp;&lt;b style=&quot;text-align: left;&quot;&gt;x.x.x_bxxx-Rx&lt;/b&gt;&lt;/font&gt;" vertex="1">
          <mxGeometry height="30" width="200" x="160" y="353.5" as="geometry" />
        </mxCell>
        <mxCell id="cKu8MT6L8Fp_BZaxLZj7-39" parent="1" style="text;html=1;whiteSpace=wrap;strokeColor=none;fillColor=none;align=center;verticalAlign=middle;rounded=0;" value="verifier/fermer/reopen" vertex="1">
          <mxGeometry height="30" width="60" x="1850" y="313.5" as="geometry" />
        </mxCell>
        <mxCell id="cKu8MT6L8Fp_BZaxLZj7-40" parent="1" style="text;html=1;whiteSpace=wrap;strokeColor=none;fillColor=none;align=center;verticalAlign=middle;rounded=0;" value="verifier/fermer/reopen" vertex="1">
          <mxGeometry height="30" width="60" x="1926" y="382.5" as="geometry" />
        </mxCell>
        <mxCell id="cKu8MT6L8Fp_BZaxLZj7-43" parent="1" style="text;html=1;whiteSpace=wrap;strokeColor=none;fillColor=none;align=center;verticalAlign=middle;rounded=0;fontColor=#FF3333;" value="est-ce qu&#39;on peut supprimer les donnees du meme run tag ? ok" vertex="1">
          <mxGeometry height="30" width="200" x="30" y="85" as="geometry" />
        </mxCell>
        <mxCell id="joy4J5Q9jbU-j6AZ98Qk-1" parent="1" style="text;html=1;whiteSpace=wrap;strokeColor=none;fillColor=none;align=center;verticalAlign=middle;rounded=0;" value="relance manuellement&lt;div&gt;avec JIRA number&lt;/div&gt;" vertex="1">
          <mxGeometry height="30" width="60" x="240" y="307" as="geometry" />
        </mxCell>
        <mxCell id="joy4J5Q9jbU-j6AZ98Qk-2" parent="1" style="text;html=1;whiteSpace=wrap;strokeColor=none;fillColor=none;align=center;verticalAlign=middle;rounded=0;" value="relance manuellement&lt;div&gt;avec JIRA number&lt;/div&gt;" vertex="1">
          <mxGeometry height="30" width="150" x="200" y="220" as="geometry" />
        </mxCell>
        <mxCell id="joy4J5Q9jbU-j6AZ98Qk-3" parent="1" style="text;html=1;whiteSpace=wrap;strokeColor=none;fillColor=none;align=center;verticalAlign=middle;rounded=0;" value="relance manuellement" vertex="1">
          <mxGeometry height="30" width="60" x="230" y="382" as="geometry" />
        </mxCell>
        <mxCell id="joy4J5Q9jbU-j6AZ98Qk-4" parent="1" style="text;html=1;whiteSpace=wrap;strokeColor=none;fillColor=none;align=center;verticalAlign=middle;rounded=0;" value="lance automatiqument" vertex="1">
          <mxGeometry height="30" width="60" x="230" y="152" as="geometry" />
        </mxCell>
      </root>
    </mxGraphModel>
  </diagram>
</mxfile>
